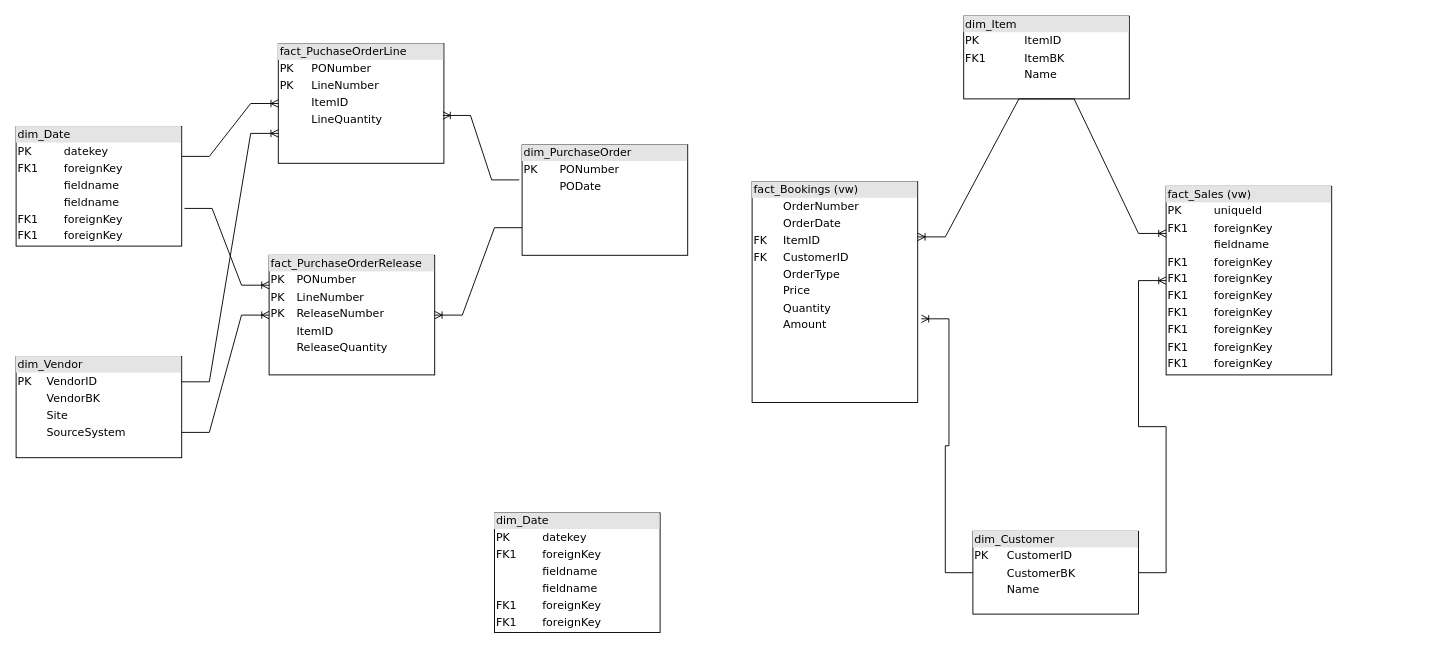
Before: page "Page-1" (1 of 4) of conceptual_model_2.drawio in mewancegeka/OTT, a draw.io diagram. Source tidied: cells renumbered, new cells numbered last; positions are measured from the earlier drawing's top-left corner, leaving out a move shared by most shapes. Both pictures are drawn from the tidied source at 92%, with x=0, y=0 at pixel (16, 16).
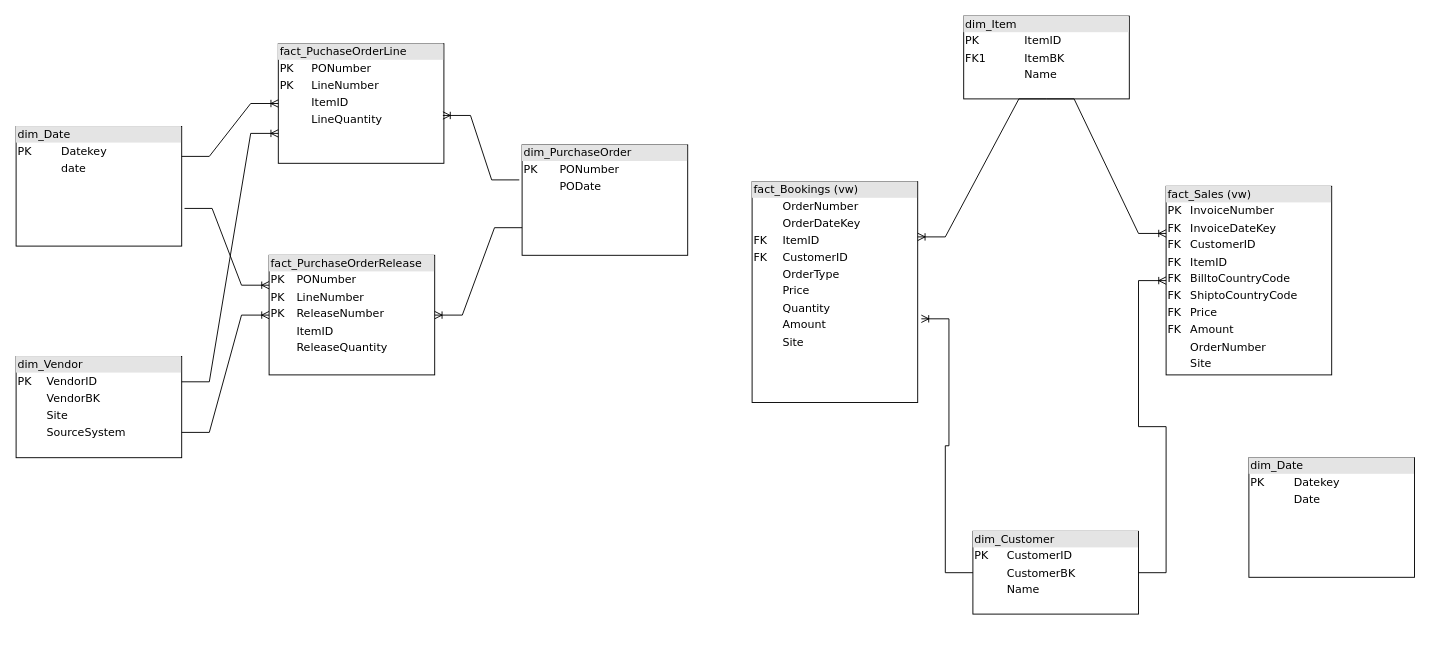
After the change.

What changed in the source:
```diff
@@
-    <mxCell id="2" value="&lt;div style=&quot;box-sizing: border-box ; width: 100% ; background: #e4e4e4 ; padding: 2px&quot;&gt;dim_Date&lt;/div&gt;&lt;table style=&quot;width: 100% ; font-size: 1em&quot; cellpadding=&quot;2&quot; cellspacing=&quot;0&quot;&gt;&lt;tbody&gt;&lt;tr&gt;&lt;td&gt;PK&lt;/td&gt;&lt;td&gt;datekey&lt;/td&gt;&lt;/tr&gt;&lt;tr&gt;&lt;td&gt;FK1&lt;/td&gt;&lt;td&gt;foreignKey&lt;/td&gt;&lt;/tr&gt;&lt;tr&gt;&lt;td&gt;&lt;/td&gt;&lt;td&gt;fieldname&lt;/td&gt;&lt;/tr&gt;&lt;tr&gt;&lt;td&gt;&lt;br&gt;&lt;/td&gt;&lt;td&gt;fieldname&lt;br&gt;&lt;/td&gt;&lt;/tr&gt;&lt;tr&gt;&lt;td&gt;FK1&lt;br&gt;&lt;/td&gt;&lt;td&gt;foreignKey&lt;br&gt;&lt;/td&gt;&lt;/tr&gt;&lt;tr&gt;&lt;td&gt;FK1&lt;br&gt;&lt;/td&gt;&lt;td&gt;foreignKey&lt;br&gt;&lt;/td&gt;&lt;/tr&gt;&lt;/tbody&gt;&lt;/table&gt;" style="verticalAlign=top;align=left;overflow=fill;html=1;rounded=0;shadow=0;comic=0;labelBackgroundColor=none;strokeWidth=1;fontFamily=Verdana;fontSize=12;" parent="1" vertex="1">
+    <mxCell id="2" value="&lt;div style=&quot;box-sizing: border-box ; width: 100% ; background: #e4e4e4 ; padding: 2px&quot;&gt;dim_Date&lt;/div&gt;&lt;table style=&quot;width: 100% ; font-size: 1em&quot; cellpadding=&quot;2&quot; cellspacing=&quot;0&quot;&gt;&lt;tbody&gt;&lt;tr&gt;&lt;td&gt;PK&lt;/td&gt;&lt;td&gt;Datekey&lt;/td&gt;&lt;/tr&gt;&lt;tr&gt;&lt;td&gt;&lt;br&gt;&lt;/td&gt;&lt;td&gt;date&lt;/td&gt;&lt;/tr&gt;&lt;tr&gt;&lt;td&gt;&lt;/td&gt;&lt;td&gt;&lt;/td&gt;&lt;/tr&gt;&lt;/tbody&gt;&lt;/table&gt;" style="verticalAlign=top;align=left;overflow=fill;html=1;rounded=0;shadow=0;comic=0;labelBackgroundColor=none;strokeWidth=1;fontFamily=Verdana;fontSize=12;" parent="1" vertex="1">
       <mxGeometry y="120" width="180" height="130" as="geometry" />
     </mxCell>
@@
-    <mxCell id="4" value="&lt;div style=&quot;box-sizing: border-box ; width: 100% ; background: #e4e4e4 ; padding: 2px&quot;&gt;fact_Sales (vw)&lt;/div&gt;&lt;table style=&quot;width: 100% ; font-size: 1em&quot; cellpadding=&quot;2&quot; cellspacing=&quot;0&quot;&gt;&lt;tbody&gt;&lt;tr&gt;&lt;td&gt;PK&lt;/td&gt;&lt;td&gt;uniqueId&lt;/td&gt;&lt;/tr&gt;&lt;tr&gt;&lt;td&gt;FK1&lt;/td&gt;&lt;td&gt;foreignKey&lt;/td&gt;&lt;/tr&gt;&lt;tr&gt;&lt;td&gt;&lt;/td&gt;&lt;td&gt;fieldname&lt;/td&gt;&lt;/tr&gt;&lt;tr&gt;&lt;td&gt;FK1&lt;br&gt;&lt;/td&gt;&lt;td&gt;foreignKey&lt;br&gt;&lt;/td&gt;&lt;/tr&gt;&lt;tr&gt;&lt;td&gt;FK1&lt;br&gt;&lt;/td&gt;&lt;td&gt;foreignKey&lt;br&gt;&lt;/td&gt;&lt;/tr&gt;&lt;tr&gt;&lt;td&gt;FK1&lt;br&gt;&lt;/td&gt;&lt;td&gt;foreignKey&lt;br&gt;&lt;/td&gt;&lt;/tr&gt;&lt;tr&gt;&lt;td&gt;FK1&lt;br&gt;&lt;/td&gt;&lt;td&gt;foreignKey&lt;br&gt;&lt;/td&gt;&lt;/tr&gt;&lt;tr&gt;&lt;td&gt;FK1&lt;br&gt;&lt;/td&gt;&lt;td&gt;foreignKey&lt;br&gt;&lt;/td&gt;&lt;/tr&gt;&lt;tr&gt;&lt;td&gt;FK1&lt;br&gt;&lt;/td&gt;&lt;td&gt;foreignKey&lt;br&gt;&lt;/td&gt;&lt;/tr&gt;&lt;tr&gt;&lt;td&gt;FK1&lt;br&gt;&lt;/td&gt;&lt;td&gt;foreignKey&lt;br&gt;&lt;/td&gt;&lt;/tr&gt;&lt;/tbody&gt;&lt;/table&gt;" style="verticalAlign=top;align=left;overflow=fill;html=1;rounded=0;shadow=0;comic=0;labelBackgroundColor=none;strokeWidth=1;fontFamily=Verdana;fontSize=12;" parent="1" vertex="1">
+    <mxCell id="4" value="&lt;div style=&quot;box-sizing: border-box ; width: 100% ; background: #e4e4e4 ; padding: 2px&quot;&gt;fact_Sales (vw)&lt;/div&gt;&lt;table style=&quot;width: 100% ; font-size: 1em&quot; cellpadding=&quot;2&quot; cellspacing=&quot;0&quot;&gt;&lt;tbody&gt;&lt;tr&gt;&lt;td&gt;PK&lt;/td&gt;&lt;td&gt;InvoiceNumber&lt;/td&gt;&lt;/tr&gt;&lt;tr&gt;&lt;td&gt;FK&lt;/td&gt;&lt;td&gt;InvoiceDateKey&lt;/td&gt;&lt;/tr&gt;&lt;tr&gt;&lt;td&gt;FK&lt;/td&gt;&lt;td&gt;CustomerID&lt;/td&gt;&lt;/tr&gt;&lt;tr&gt;&lt;td&gt;FK&lt;br&gt;&lt;/td&gt;&lt;td&gt;ItemID&lt;/td&gt;&lt;/tr&gt;&lt;tr&gt;&lt;td&gt;FK&lt;br&gt;&lt;/td&gt;&lt;td&gt;BilltoCountryCode&lt;/td&gt;&lt;/tr&gt;&lt;tr&gt;&lt;td&gt;FK&lt;br&gt;&lt;/td&gt;&lt;td&gt;ShiptoCountryCode&lt;/td&gt;&lt;/tr&gt;&lt;tr&gt;&lt;td&gt;FK&lt;br&gt;&lt;/td&gt;&lt;td&gt;Price&lt;br&gt;&lt;/td&gt;&lt;/tr&gt;&lt;tr&gt;&lt;td&gt;FK&lt;br&gt;&lt;/td&gt;&lt;td&gt;Amount&lt;/td&gt;&lt;/tr&gt;&lt;tr&gt;&lt;td&gt;&lt;br&gt;&lt;/td&gt;&lt;td&gt;OrderNumber&lt;/td&gt;&lt;/tr&gt;&lt;tr&gt;&lt;td&gt;&lt;br&gt;&lt;/td&gt;&lt;td&gt;Site&lt;/td&gt;&lt;/tr&gt;&lt;/tbody&gt;&lt;/table&gt;" style="verticalAlign=top;align=left;overflow=fill;html=1;rounded=0;shadow=0;comic=0;labelBackgroundColor=none;strokeWidth=1;fontFamily=Verdana;fontSize=12;" parent="1" vertex="1">
       <mxGeometry x="1250" y="185" width="180" height="205" as="geometry" />
     </mxCell>
@@
-    <mxCell id="8" value="&lt;div style=&quot;box-sizing: border-box ; width: 100% ; background: #e4e4e4 ; padding: 2px&quot;&gt;fact_Bookings (vw)&lt;/div&gt;&lt;table style=&quot;width: 100% ; font-size: 1em&quot; cellpadding=&quot;2&quot; cellspacing=&quot;0&quot;&gt;&lt;tbody&gt;&lt;tr&gt;&lt;td&gt;&lt;br&gt;&lt;/td&gt;&lt;td&gt;OrderNumber&lt;/td&gt;&lt;/tr&gt;&lt;tr&gt;&lt;td&gt;&lt;br&gt;&lt;/td&gt;&lt;td&gt;OrderDate&lt;/td&gt;&lt;/tr&gt;&lt;tr&gt;&lt;td&gt;FK&lt;/td&gt;&lt;td&gt;ItemID&lt;/td&gt;&lt;/tr&gt;&lt;tr&gt;&lt;td&gt;FK&lt;br&gt;&lt;/td&gt;&lt;td&gt;CustomerID&lt;br&gt;&lt;/td&gt;&lt;/tr&gt;&lt;tr&gt;&lt;td&gt;&lt;br&gt;&lt;/td&gt;&lt;td&gt;OrderType&lt;br&gt;&lt;/td&gt;&lt;/tr&gt;&lt;tr&gt;&lt;td&gt;&lt;br&gt;&lt;/td&gt;&lt;td&gt;Price&lt;/td&gt;&lt;/tr&gt;&lt;tr&gt;&lt;td&gt;&lt;br&gt;&lt;/td&gt;&lt;td&gt;Quantity&lt;/td&gt;&lt;/tr&gt;&lt;tr&gt;&lt;td&gt;&lt;br&gt;&lt;/td&gt;&lt;td&gt;Amount&lt;/td&gt;&lt;/tr&gt;&lt;/tbody&gt;&lt;/table&gt;" style="verticalAlign=top;align=left;overflow=fill;html=1;rounded=0;shadow=0;comic=0;labelBackgroundColor=none;strokeWidth=1;fontFamily=Verdana;fontSize=12;" parent="1" vertex="1">
+    <mxCell id="8" value="&lt;div style=&quot;box-sizing: border-box ; width: 100% ; background: #e4e4e4 ; padding: 2px&quot;&gt;fact_Bookings (vw)&lt;/div&gt;&lt;table style=&quot;width: 100% ; font-size: 1em&quot; cellpadding=&quot;2&quot; cellspacing=&quot;0&quot;&gt;&lt;tbody&gt;&lt;tr&gt;&lt;td&gt;&lt;br&gt;&lt;/td&gt;&lt;td&gt;OrderNumber&lt;/td&gt;&lt;/tr&gt;&lt;tr&gt;&lt;td&gt;&lt;br&gt;&lt;/td&gt;&lt;td&gt;OrderDateKey&lt;/td&gt;&lt;/tr&gt;&lt;tr&gt;&lt;td&gt;FK&lt;/td&gt;&lt;td&gt;ItemID&lt;/td&gt;&lt;/tr&gt;&lt;tr&gt;&lt;td&gt;FK&lt;br&gt;&lt;/td&gt;&lt;td&gt;CustomerID&lt;br&gt;&lt;/td&gt;&lt;/tr&gt;&lt;tr&gt;&lt;td&gt;&lt;br&gt;&lt;/td&gt;&lt;td&gt;OrderType&lt;br&gt;&lt;/td&gt;&lt;/tr&gt;&lt;tr&gt;&lt;td&gt;&lt;br&gt;&lt;/td&gt;&lt;td&gt;Price&lt;/td&gt;&lt;/tr&gt;&lt;tr&gt;&lt;td&gt;&lt;br&gt;&lt;/td&gt;&lt;td&gt;Quantity&lt;/td&gt;&lt;/tr&gt;&lt;tr&gt;&lt;td&gt;&lt;br&gt;&lt;/td&gt;&lt;td&gt;Amount&lt;/td&gt;&lt;/tr&gt;&lt;tr&gt;&lt;td&gt;&lt;br&gt;&lt;/td&gt;&lt;td&gt;Site&lt;/td&gt;&lt;/tr&gt;&lt;/tbody&gt;&lt;/table&gt;" style="verticalAlign=top;align=left;overflow=fill;html=1;rounded=0;shadow=0;comic=0;labelBackgroundColor=none;strokeWidth=1;fontFamily=Verdana;fontSize=12;" parent="1" vertex="1">
       <mxGeometry x="800" y="180" width="180" height="240" as="geometry" />
     </mxCell>
@@
-    <mxCell id="17" value="&lt;div style=&quot;box-sizing: border-box ; width: 100% ; background: #e4e4e4 ; padding: 2px&quot;&gt;dim_Date&lt;/div&gt;&lt;table style=&quot;width: 100% ; font-size: 1em&quot; cellpadding=&quot;2&quot; cellspacing=&quot;0&quot;&gt;&lt;tbody&gt;&lt;tr&gt;&lt;td&gt;PK&lt;/td&gt;&lt;td&gt;datekey&lt;/td&gt;&lt;/tr&gt;&lt;tr&gt;&lt;td&gt;FK1&lt;/td&gt;&lt;td&gt;foreignKey&lt;/td&gt;&lt;/tr&gt;&lt;tr&gt;&lt;td&gt;&lt;/td&gt;&lt;td&gt;fieldname&lt;/td&gt;&lt;/tr&gt;&lt;tr&gt;&lt;td&gt;&lt;br&gt;&lt;/td&gt;&lt;td&gt;fieldname&lt;br&gt;&lt;/td&gt;&lt;/tr&gt;&lt;tr&gt;&lt;td&gt;FK1&lt;br&gt;&lt;/td&gt;&lt;td&gt;foreignKey&lt;br&gt;&lt;/td&gt;&lt;/tr&gt;&lt;tr&gt;&lt;td&gt;FK1&lt;br&gt;&lt;/td&gt;&lt;td&gt;foreignKey&lt;br&gt;&lt;/td&gt;&lt;/tr&gt;&lt;/tbody&gt;&lt;/table&gt;" style="verticalAlign=top;align=left;overflow=fill;html=1;rounded=0;shadow=0;comic=0;labelBackgroundColor=none;strokeWidth=1;fontFamily=Verdana;fontSize=12;" parent="1" vertex="1">
-      <mxGeometry x="520" y="540" width="180" height="130" as="geometry" />
+    <mxCell id="17" value="&lt;div style=&quot;box-sizing: border-box ; width: 100% ; background: #e4e4e4 ; padding: 2px&quot;&gt;dim_Date&lt;/div&gt;&lt;table style=&quot;width: 100% ; font-size: 1em&quot; cellpadding=&quot;2&quot; cellspacing=&quot;0&quot;&gt;&lt;tbody&gt;&lt;tr&gt;&lt;td&gt;PK&lt;/td&gt;&lt;td&gt;Datekey&lt;/td&gt;&lt;/tr&gt;&lt;tr&gt;&lt;td&gt;&lt;br&gt;&lt;/td&gt;&lt;td&gt;Date&lt;/td&gt;&lt;/tr&gt;&lt;tr&gt;&lt;td&gt;&lt;/td&gt;&lt;td&gt;&lt;/td&gt;&lt;/tr&gt;&lt;/tbody&gt;&lt;/table&gt;" style="verticalAlign=top;align=left;overflow=fill;html=1;rounded=0;shadow=0;comic=0;labelBackgroundColor=none;strokeWidth=1;fontFamily=Verdana;fontSize=12;" parent="1" vertex="1">
+      <mxGeometry x="1340" y="480" width="180" height="130" as="geometry" />
     </mxCell>
```
